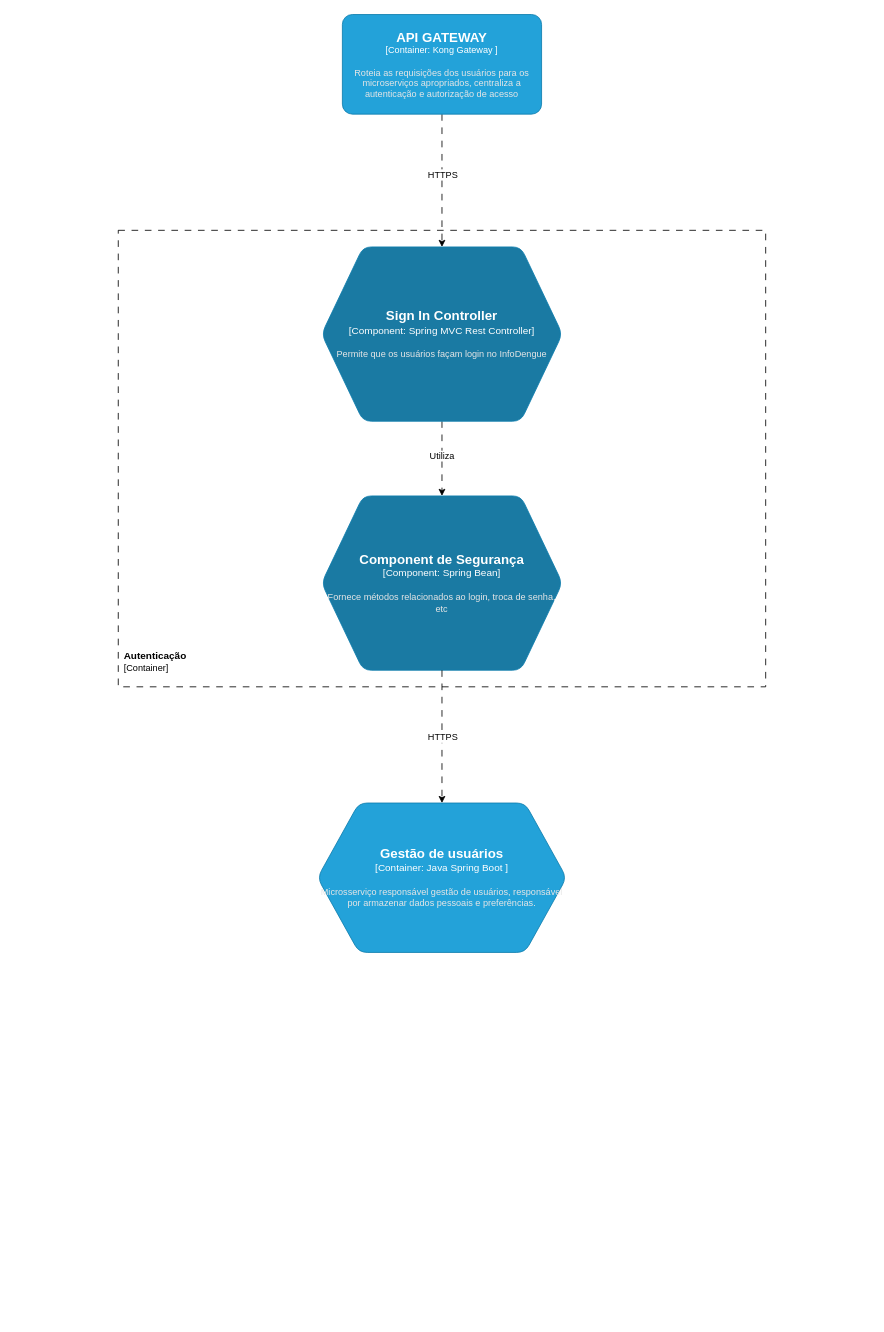
This is diagramas/c4/componentes/C4-componente-autenticacao.drawio from gilmarUFG/ds_20242_g6, a draw.io file, before an edit. Source tidied: cells renumbered, new cells numbered last; positions are measured from the earlier drawing's top-left corner, leaving out a move shared by most shapes. Both pictures are drawn from the tidied source at 83%, with x=0, y=0 at pixel (118, 14).
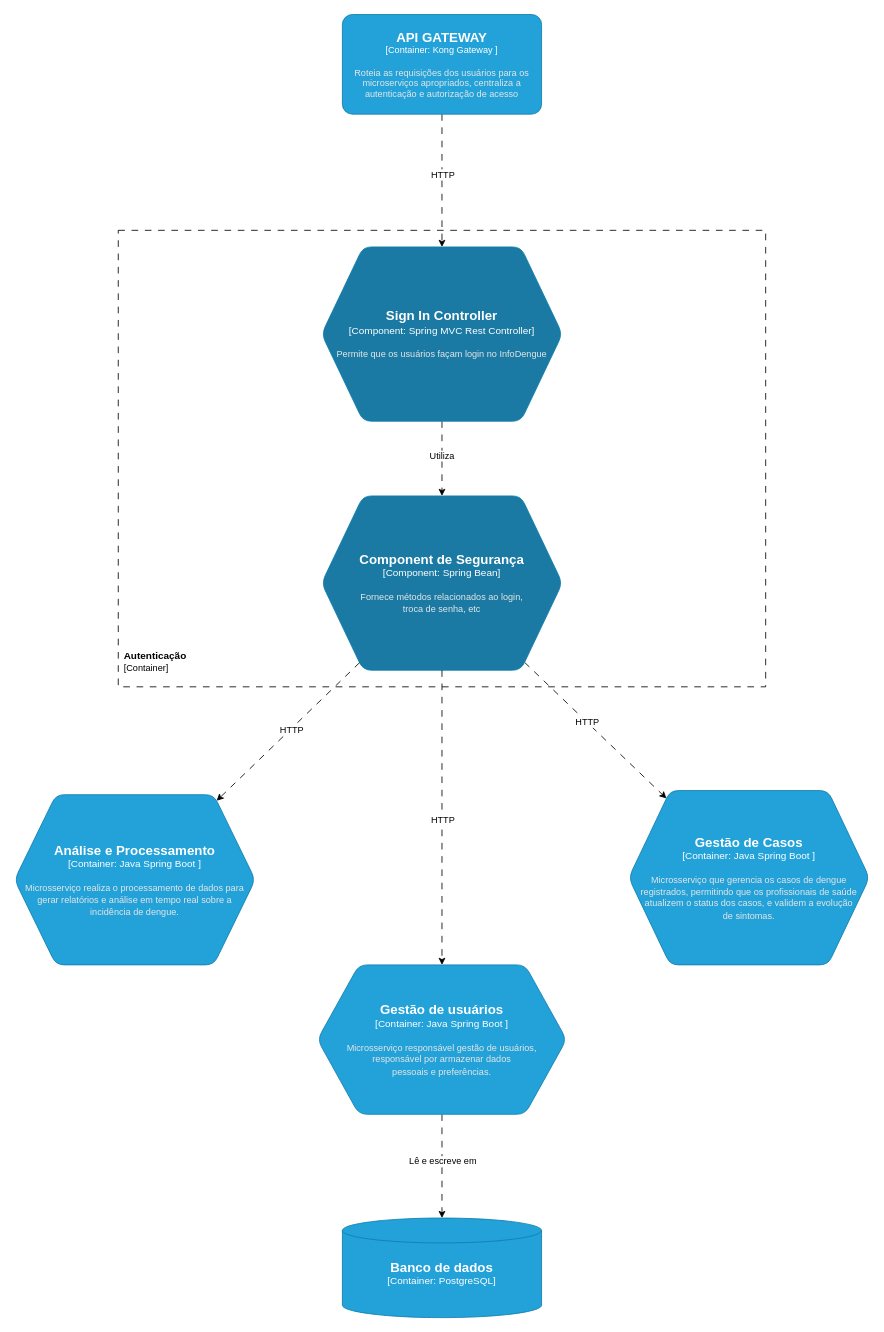
Above is the later version.

Commit message (it also covers changes not shown here):
fix: atualizando diagramas

The change refers to these unchanged cells:
```xml
<mxCell id="3" style="edgeStyle=orthogonalEdgeStyle;rounded=0;jettySize=auto;html=1;dashed=1;dashPattern=8 8;" parent="1" edge="1" source="5" target="8">
  <mxGeometry relative="1" as="geometry" />
</mxCell>
```

What changed in the source:
```diff
@@
-    <mxCell id="4" value="HTTPS" style="edgeLabel;html=1;align=center;verticalAlign=middle;" parent="3" vertex="1">
+    <mxCell id="4" value="HTTP" style="edgeLabel;html=1;align=center;verticalAlign=middle;" parent="3" vertex="1">
       <mxGeometry x="-0.1" y="-1" relative="1" as="geometry">
         <mxPoint x="1" as="offset" />
       </mxGeometry>
     </mxCell>
@@
+    <mxCell id="14" style="rounded=0;jettySize=auto;html=1;dashed=1;dashPattern=8 8;" parent="1" edge="1" source="9" target="18">
+      <mxGeometry relative="1" as="geometry" />
+    </mxCell>
+    <mxCell id="15" value="HTTP" style="edgeLabel;html=1;align=center;verticalAlign=middle;" parent="14" vertex="1">
+      <mxGeometry x="-0.12" relative="1" as="geometry" />
+    </mxCell>
-    <object id="9" label="&lt;font style=&quot;font-size: 16px&quot;&gt;&lt;b&gt;%c4Name%&lt;/b&gt;&lt;/font&gt;&lt;div&gt;[%c4Type%:&amp;nbsp;%c4Technology%]&lt;/div&gt;&lt;br&gt;&lt;div&gt;&lt;font style=&quot;font-size: 11px&quot;&gt;&lt;font color=&quot;#E6E6E6&quot;&gt;%c4Description%&lt;/font&gt;&lt;/div&gt;" c4Description="Fornece métodos relacionados ao login, troca de senha, etc" c4Name="Component de Segurança" c4Technology="Spring Bean" c4Type="Component" placeholders="1">
+    <object id="9" label="&lt;font style=&quot;font-size: 16px&quot;&gt;&lt;b&gt;%c4Name%&lt;/b&gt;&lt;/font&gt;&lt;div&gt;[%c4Type%:&amp;nbsp;%c4Technology%]&lt;/div&gt;&lt;br&gt;&lt;div&gt;&lt;font style=&quot;font-size: 11px&quot;&gt;&lt;font color=&quot;#E6E6E6&quot;&gt;%c4Description%&lt;/font&gt;&lt;/div&gt;" c4Description="Fornece métodos relacionados ao login,&#10;troca de senha, etc" c4Name="Component de Segurança" c4Technology="Spring Bean" c4Type="Component" placeholders="1">
       <mxCell style="shape=hexagon;size=50;perimeter=hexagonPerimeter2;whiteSpace=wrap;html=1;fixedSize=1;rounded=1;labelBackgroundColor=none;fillColor=#1A7AA3;fontSize=12;fontColor=#ffffff;align=center;strokeColor=#0E7DAD;points=[[0.5,0,0],[1,0.25,0],[1,0.5,0],[1,0.75,0],[0.5,1,0],[0,0.75,0],[0,0.5,0],[0,0.25,0]];" parent="1" vertex="1">
         <mxGeometry x="245" y="580" width="290" height="210" as="geometry" />
       </mxCell>
     </object>
@@
+    <mxCell id="16" style="edgeStyle=orthogonalEdgeStyle;rounded=0;jettySize=auto;html=1;dashed=1;dashPattern=8 8;" parent="1" edge="1" source="11" target="22">
+      <mxGeometry relative="1" as="geometry" />
+    </mxCell>
+    <mxCell id="17" value="Lê e escreve em" style="edgeLabel;html=1;align=center;verticalAlign=middle;" parent="16" vertex="1">
+      <mxGeometry x="-0.1" relative="1" as="geometry" />
+    </mxCell>
-    <object id="11" label="&lt;font style=&quot;font-size: 16px&quot;&gt;&lt;b&gt;%c4Name%&lt;/b&gt;&lt;/font&gt;&lt;div&gt;[%c4Type%:&amp;nbsp;%c4Technology%]&lt;/div&gt;&lt;br&gt;&lt;div&gt;&lt;font style=&quot;font-size: 11px&quot;&gt;&lt;font color=&quot;#E6E6E6&quot;&gt;%c4Description%&lt;/font&gt;&lt;/div&gt;" c4Description="Microsserviço responsável gestão de usuários, responsável por armazenar dados pessoais e preferências." c4Name="Gestão de usuários" c4Technology="Java Spring Boot " c4Type="Container" placeholders="1">
+    <object id="11" label="&lt;font style=&quot;font-size: 16px&quot;&gt;&lt;b&gt;%c4Name%&lt;/b&gt;&lt;/font&gt;&lt;div&gt;[%c4Type%:&amp;nbsp;%c4Technology%]&lt;/div&gt;&lt;br&gt;&lt;div&gt;&lt;font style=&quot;font-size: 11px&quot;&gt;&lt;font color=&quot;#E6E6E6&quot;&gt;%c4Description%&lt;/font&gt;&lt;/div&gt;" c4Description="Microsserviço responsável gestão de usuários,&#10;responsável por armazenar dados&#10;pessoais e preferências." c4Name="Gestão de usuários" c4Technology="Java Spring Boot " c4Type="Container" placeholders="1">
       <mxCell style="shape=hexagon;size=50;perimeter=hexagonPerimeter2;whiteSpace=wrap;html=1;fixedSize=1;rounded=1;labelBackgroundColor=none;fillColor=#23A2D9;fontSize=12;fontColor=#ffffff;align=center;strokeColor=#0E7DAD;points=[[0.5,0,0],[1,0.25,0],[1,0.5,0],[1,0.75,0],[0.5,1,0],[0,0.75,0],[0,0.5,0],[0,0.25,0]];direction=west;" parent="1" vertex="1">
-        <mxGeometry x="240" y="950" width="300" height="180" as="geometry" />
+        <mxGeometry x="240" y="1145" width="300" height="180" as="geometry" />
       </mxCell>
     </object>
@@
-    <mxCell id="13" value="HTTPS" style="edgeLabel;html=1;align=center;verticalAlign=middle;" parent="1" vertex="1">
-      <mxGeometry x="390" y="870" as="geometry" />
+    <mxCell id="13" value="HTTP" style="edgeLabel;html=1;align=center;verticalAlign=middle;" parent="1" vertex="1">
+      <mxGeometry x="390" y="970" as="geometry" />
     </mxCell>
+    <object id="18" label="&lt;font style=&quot;font-size: 16px&quot;&gt;&lt;b&gt;%c4Name%&lt;/b&gt;&lt;/font&gt;&lt;div&gt;[%c4Type%:&amp;nbsp;%c4Technology%]&lt;/div&gt;&lt;br&gt;&lt;div&gt;&lt;font style=&quot;font-size: 11px&quot;&gt;&lt;font color=&quot;#E6E6E6&quot;&gt;%c4Description%&lt;/font&gt;&lt;/div&gt;" c4Description="Microsserviço que gerencia os casos de dengue registrados, permitindo que os profissionais de saúde atualizem o status dos casos, e validem a evolução&#10;de sintomas." c4Name="Gestão de Casos" c4Technology="Java Spring Boot " c4Type="Container" placeholders="1">
+      <mxCell style="shape=hexagon;size=50;perimeter=hexagonPerimeter2;whiteSpace=wrap;html=1;fixedSize=1;rounded=1;labelBackgroundColor=none;fillColor=#23A2D9;fontSize=12;fontColor=#ffffff;align=center;strokeColor=#0E7DAD;points=[[0.5,0,0],[1,0.25,0],[1,0.5,0],[1,0.75,0],[0.5,1,0],[0,0.75,0],[0,0.5,0],[0,0.25,0]];" parent="1" vertex="1">
+        <mxGeometry x="615" y="935" width="290" height="210" as="geometry" />
+      </mxCell>
+    </object>
+    <object id="19" label="&lt;font style=&quot;font-size: 16px&quot;&gt;&lt;b&gt;%c4Name%&lt;/b&gt;&lt;/font&gt;&lt;div&gt;[%c4Type%:&amp;nbsp;%c4Technology%]&lt;/div&gt;&lt;br&gt;&lt;div&gt;&lt;font style=&quot;font-size: 11px&quot;&gt;&lt;font color=&quot;#E6E6E6&quot;&gt;%c4Description%&lt;/font&gt;&lt;/div&gt;" c4Description="Microsserviço realiza o processamento de dados para gerar relatórios e análise em tempo real sobre a&#10;incidência de dengue." c4Name="Análise e Processamento" c4Technology="Java Spring Boot " c4Type="Container" placeholders="1">
+      <mxCell style="shape=hexagon;size=50;perimeter=hexagonPerimeter2;whiteSpace=wrap;html=1;fixedSize=1;rounded=1;labelBackgroundColor=none;fillColor=#23A2D9;fontSize=12;fontColor=#ffffff;align=center;strokeColor=#0E7DAD;points=[[0.5,0,0],[1,0.25,0],[1,0.5,0],[1,0.75,0],[0.5,1,0],[0,0.75,0],[0,0.5,0],[0,0.25,0]];" parent="1" vertex="1">
+        <mxGeometry x="-125" y="940" width="290" height="205" as="geometry" />
+      </mxCell>
+    </object>
+    <mxCell id="20" style="rounded=0;jettySize=auto;html=1;dashed=1;dashPattern=8 8;" parent="1" edge="1" source="9" target="19">
+      <mxGeometry relative="1" as="geometry" />
+    </mxCell>
+    <mxCell id="21" value="HTTP" style="edgeLabel;html=1;align=center;verticalAlign=middle;" parent="20" vertex="1">
+      <mxGeometry x="-0.04" y="1" relative="1" as="geometry" />
+    </mxCell>
+    <object id="22" label="&lt;font style=&quot;font-size: 16px&quot;&gt;&lt;b&gt;%c4Name%&lt;/b&gt;&lt;/font&gt;&lt;div&gt;[%c4Type%:&amp;nbsp;%c4Technology%]&lt;/div&gt;&lt;br&gt;&lt;div&gt;&lt;font style=&quot;font-size: 11px&quot;&gt;&lt;font color=&quot;#E6E6E6&quot;&gt;%c4Description%&lt;/font&gt;&lt;/div&gt;" c4Description="" c4Name="Banco de dados" c4Technology="PostgreSQL" c4Type="Container" placeholders="1">
+      <mxCell style="shape=cylinder3;size=15;whiteSpace=wrap;html=1;boundedLbl=1;rounded=0;labelBackgroundColor=none;fillColor=#23A2D9;fontSize=12;fontColor=#ffffff;align=center;strokeColor=#0E7DAD;points=[[0.5,0,0],[1,0.25,0],[1,0.5,0],[1,0.75,0],[0.5,1,0],[0,0.75,0],[0,0.5,0],[0,0.25,0]];" parent="1" vertex="1">
+        <mxGeometry x="270" y="1450" width="240" height="120" as="geometry" />
+      </mxCell>
+    </object>
```
